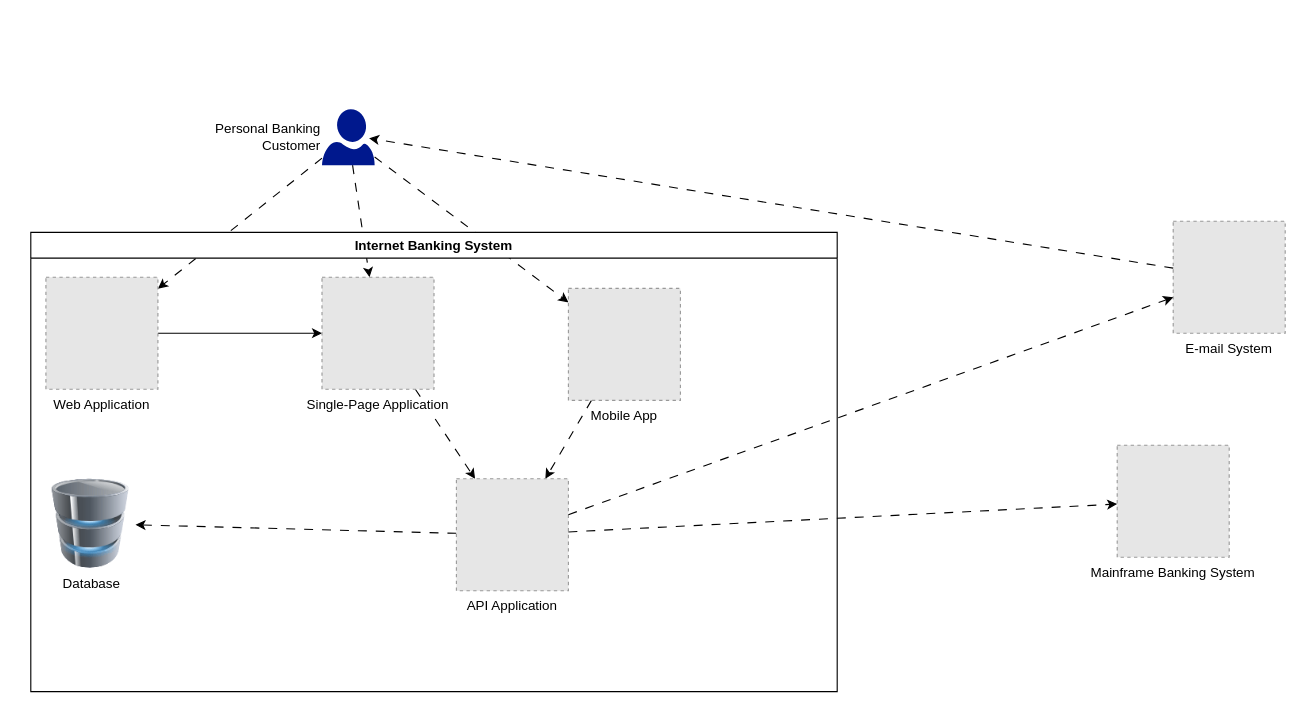
The draw.io diagram page "Container Diagram" (2 of 3) of demos/internet-banking-system/internet-banking-system.drawio in Nasdanika-Models/architecture, before the edit. Source tidied: cells renumbered, new cells numbered last; positions are measured from the earlier drawing's top-left corner, leaving out a move shared by most shapes. Both pictures are drawn from the tidied source at 112%, with x=0, y=0 at pixel (30, 109). Pictures stored in the file or linked from it are replaced by grey dashed boxes.
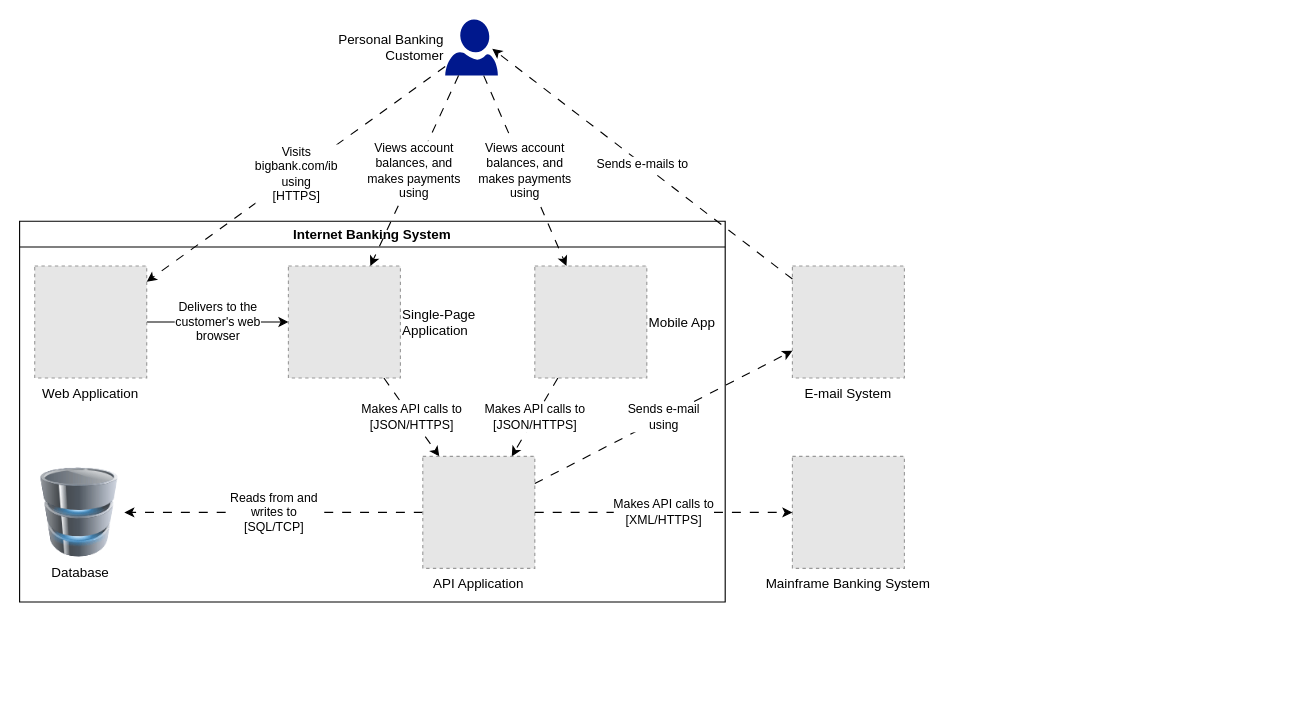
After the change.

The change refers to these unchanged cells:
```xml
<mxCell id="9" value="Database" style="image;html=1;image=img/lib/clip_art/computers/Database_128x128.png;" parent="8" vertex="1">
  <mxGeometry x="13.5" y="220" width="80" height="80" as="geometry" />
</mxCell>
<mxCell id="11" value="Web Application" style="fillColor=#E6E6E6;strokeColor=#999999;dashed=1;verticalLabelPosition=bottom;labelBackgroundColor=default;verticalAlign=top;" parent="8" vertex="1">
  <mxGeometry x="13.5" y="40" width="100" height="100" as="geometry" />
</mxCell>
```

Change to the diagram source:
```diff
@@
-    <mxCell id="2" style="rounded=0;jettySize=auto;html=1;dashed=1;dashPattern=8 8;" parent="1" edge="1" source="5" target="11">
-      <mxGeometry relative="1" as="geometry" />
-    </mxCell>
-    <mxCell id="3" style="rounded=0;jettySize=auto;html=1;dashed=1;dashPattern=8 8;" parent="1" edge="1" source="5" target="13">
-      <mxGeometry relative="1" as="geometry" />
-    </mxCell>
-    <mxCell id="4" style="edgeStyle=none;rounded=0;jettySize=auto;html=1;dashed=1;dashPattern=8 8;" parent="1" edge="1" source="5" target="15">
-      <mxGeometry relative="1" as="geometry" />
-    </mxCell>
     <mxCell id="5" value="Personal Banking &lt;br&gt;Customer" style="sketch=0;shadow=0;dashed=0;html=1;strokeColor=none;labelPosition=left;verticalLabelPosition=middle;verticalAlign=middle;align=right;fillColor=#00188D;shape=mxgraph.azure.user;" parent="1" vertex="1">
-      <mxGeometry x="260" width="47" height="50" as="geometry" />
+      <mxGeometry x="370" y="-80" width="47" height="50" as="geometry" />
     </mxCell>
     <mxCell id="6" value="Mainframe Banking System" style="fillColor=#E6E6E6;strokeColor=#999999;dashed=1;verticalLabelPosition=bottom;labelBackgroundColor=default;verticalAlign=top;" parent="1" vertex="1">
-      <mxGeometry x="970" y="300" width="100" height="100" as="geometry" />
+      <mxGeometry x="680" y="310" width="100" height="100" as="geometry" />
     </mxCell>
     <mxCell id="7" value="E-mail System" style="fillColor=#E6E6E6;strokeColor=#999999;dashed=1;verticalLabelPosition=bottom;labelBackgroundColor=default;verticalAlign=top;" parent="1" vertex="1">
-      <mxGeometry x="1020" y="100" width="100" height="100" as="geometry" />
+      <mxGeometry x="680" y="140" width="100" height="100" as="geometry" />
     </mxCell>
     <mxCell id="8" value="Internet Banking System" style="swimlane;whiteSpace=wrap;html=1;" parent="1" vertex="1">
-      <mxGeometry y="110" width="720" height="410" as="geometry" />
+      <mxGeometry x="-10" y="100" width="630" height="340" as="geometry" />
     </mxCell>
@@
-    <mxCell id="10" style="edgeStyle=none;rounded=0;jettySize=auto;html=1;" parent="8" edge="1" source="11" target="13">
+    <mxCell id="10" value="Delivers to the&lt;br&gt;customer's web&lt;br&gt;browser" style="edgeStyle=none;rounded=0;jettySize=auto;html=1;" parent="8" edge="1" source="11" target="13">
       <mxGeometry relative="1" as="geometry" />
     </mxCell>
@@
-    <mxCell id="12" style="edgeStyle=none;rounded=0;jettySize=auto;html=1;dashed=1;dashPattern=8 8;" parent="8" edge="1" source="13" target="17">
+    <mxCell id="12" value="Makes API calls to&lt;br&gt;[JSON/HTTPS]" style="edgeStyle=none;rounded=0;jettySize=auto;html=1;dashed=1;dashPattern=8 8;" parent="8" edge="1" source="13" target="17">
       <mxGeometry relative="1" as="geometry" />
     </mxCell>
-    <mxCell id="13" value="Single-Page Application" style="fillColor=#E6E6E6;strokeColor=#999999;dashed=1;verticalLabelPosition=bottom;labelBackgroundColor=default;verticalAlign=top;" parent="8" vertex="1">
-      <mxGeometry x="260" y="40" width="100" height="100" as="geometry" />
+    <mxCell id="13" value="Single-Page&#10;Application" style="fillColor=#E6E6E6;strokeColor=#999999;dashed=1;verticalLabelPosition=middle;labelBackgroundColor=default;verticalAlign=middle;labelPosition=right;align=left;" parent="8" vertex="1">
+      <mxGeometry x="240" y="40" width="100" height="100" as="geometry" />
     </mxCell>
-    <mxCell id="14" style="edgeStyle=none;rounded=0;jettySize=auto;html=1;dashed=1;dashPattern=8 8;" parent="8" edge="1" source="15" target="17">
+    <mxCell id="14" value="Makes API calls to&lt;br style=&quot;border-color: var(--border-color);&quot;&gt;[JSON/HTTPS]" style="edgeStyle=none;rounded=0;jettySize=auto;html=1;dashed=1;dashPattern=8 8;" parent="8" edge="1" source="15" target="17">
       <mxGeometry relative="1" as="geometry" />
     </mxCell>
-    <mxCell id="15" value="Mobile App" style="fillColor=#E6E6E6;strokeColor=#999999;dashed=1;verticalLabelPosition=bottom;labelBackgroundColor=default;verticalAlign=top;" parent="8" vertex="1">
-      <mxGeometry x="480" y="50" width="100" height="100" as="geometry" />
+    <mxCell id="15" value="Mobile App" style="fillColor=#E6E6E6;strokeColor=#999999;dashed=1;verticalLabelPosition=middle;labelBackgroundColor=default;verticalAlign=middle;labelPosition=right;align=left;" parent="8" vertex="1">
+      <mxGeometry x="460" y="40" width="100" height="100" as="geometry" />
     </mxCell>
-    <mxCell id="16" style="edgeStyle=none;rounded=0;jettySize=auto;html=1;dashed=1;dashPattern=8 8;" parent="8" edge="1" source="17" target="9">
+    <mxCell id="16" value="Reads from and&lt;br&gt;writes to&lt;br&gt;[SQL/TCP]" style="edgeStyle=none;rounded=0;jettySize=auto;html=1;dashed=1;dashPattern=8 8;" parent="8" edge="1" source="17" target="9">
       <mxGeometry relative="1" as="geometry" />
     </mxCell>
     <mxCell id="17" value="API Application" style="fillColor=#E6E6E6;strokeColor=#999999;dashed=1;verticalLabelPosition=bottom;labelBackgroundColor=default;verticalAlign=top;" parent="8" vertex="1">
-      <mxGeometry x="380" y="220" width="100" height="100" as="geometry" />
+      <mxGeometry x="360" y="210" width="100" height="100" as="geometry" />
     </mxCell>
-    <mxCell id="18" style="edgeStyle=none;rounded=0;jettySize=auto;html=1;entryX=0.894;entryY=0.52;entryDx=0;entryDy=0;entryPerimeter=0;dashed=1;dashPattern=8 8;" parent="1" edge="1" source="7" target="5">
+    <mxCell id="18" value="Sends e-mails to" style="edgeStyle=none;rounded=0;jettySize=auto;html=1;entryX=0.894;entryY=0.52;entryDx=0;entryDy=0;entryPerimeter=0;dashed=1;dashPattern=8 8;" parent="1" edge="1" source="7" target="5">
       <mxGeometry relative="1" as="geometry" />
     </mxCell>
-    <mxCell id="19" style="edgeStyle=none;rounded=0;jettySize=auto;html=1;dashed=1;dashPattern=8 8;" parent="1" edge="1" source="17" target="7">
+    <mxCell id="19" value="Sends e-mail&lt;br&gt;using" style="edgeStyle=none;rounded=0;jettySize=auto;html=1;dashed=1;dashPattern=8 8;" parent="1" edge="1" source="17" target="7">
       <mxGeometry relative="1" as="geometry" />
     </mxCell>
-    <mxCell id="20" style="edgeStyle=none;rounded=0;jettySize=auto;html=1;dashed=1;dashPattern=8 8;" parent="1" edge="1" source="17" target="6">
+    <mxCell id="20" value="Makes API calls to&lt;br&gt;[XML/HTTPS]" style="edgeStyle=none;rounded=0;jettySize=auto;html=1;dashed=1;dashPattern=8 8;" parent="1" edge="1" source="17" target="6">
       <mxGeometry relative="1" as="geometry" />
     </mxCell>
+    <mxCell id="2" value="Visits&lt;br&gt;bigbank.com/ib&lt;br&gt;using&lt;br&gt;[HTTPS]" style="rounded=0;jettySize=auto;html=1;dashed=1;dashPattern=8 8;" parent="1" edge="1" source="5" target="11">
+      <mxGeometry relative="1" as="geometry" />
+    </mxCell>
+    <mxCell id="3" value="Views account&lt;br&gt;balances, and&lt;br&gt;makes payments&lt;br&gt;using" style="rounded=0;jettySize=auto;html=1;dashed=1;dashPattern=8 8;" parent="1" edge="1" source="5" target="13">
+      <mxGeometry relative="1" as="geometry" />
+    </mxCell>
+    <mxCell id="4" value="Views account&lt;br style=&quot;border-color: var(--border-color);&quot;&gt;balances, and&lt;br style=&quot;border-color: var(--border-color);&quot;&gt;makes payments&lt;br style=&quot;border-color: var(--border-color);&quot;&gt;using" style="edgeStyle=none;rounded=0;jettySize=auto;html=1;dashed=1;dashPattern=8 8;" parent="1" edge="1" source="5" target="15">
+      <mxGeometry relative="1" as="geometry" />
+    </mxCell>
```
